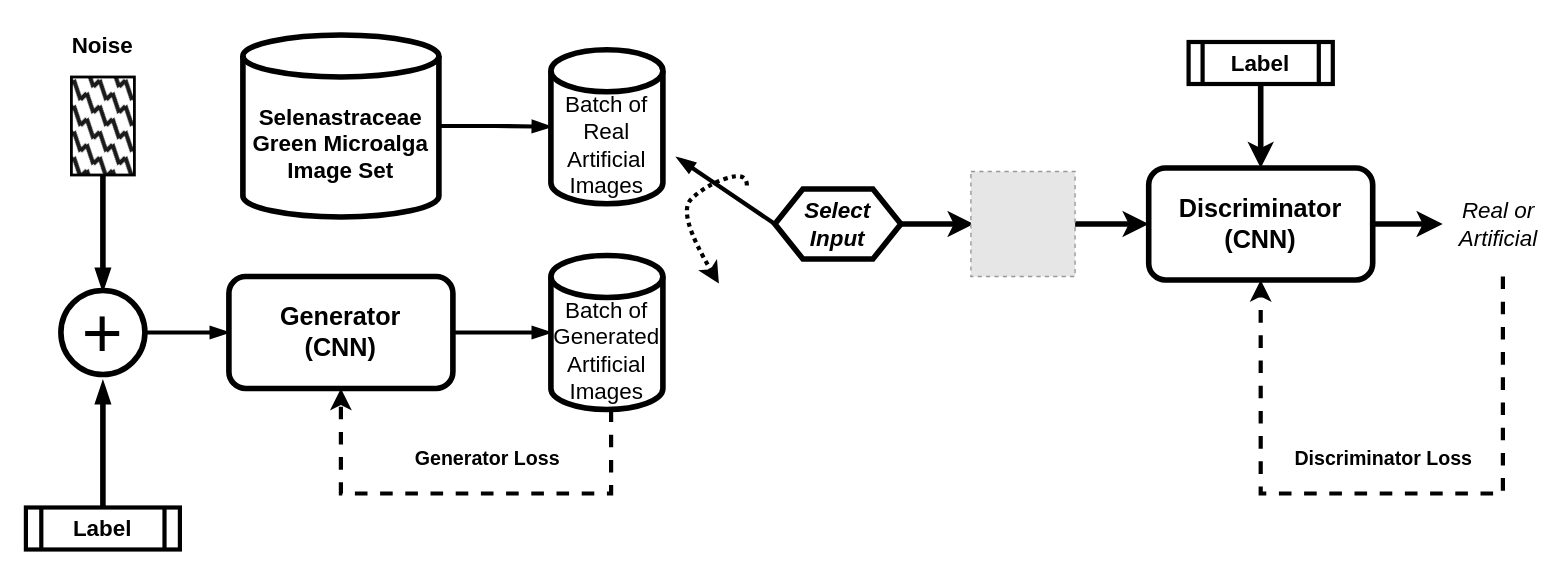
Earlier version of the draw.io diagram cgan.drawio (viniciusrpb/drawio_flowcharts). Source tidied: cells renumbered, new cells numbered last; positions are measured from the earlier drawing's top-left corner, leaving out a move shared by most shapes. Both pictures are drawn from the tidied source at 140%, with x=0, y=0 at pixel (25, 24). Pictures stored in the file or linked from it are replaced by grey dashed boxes.
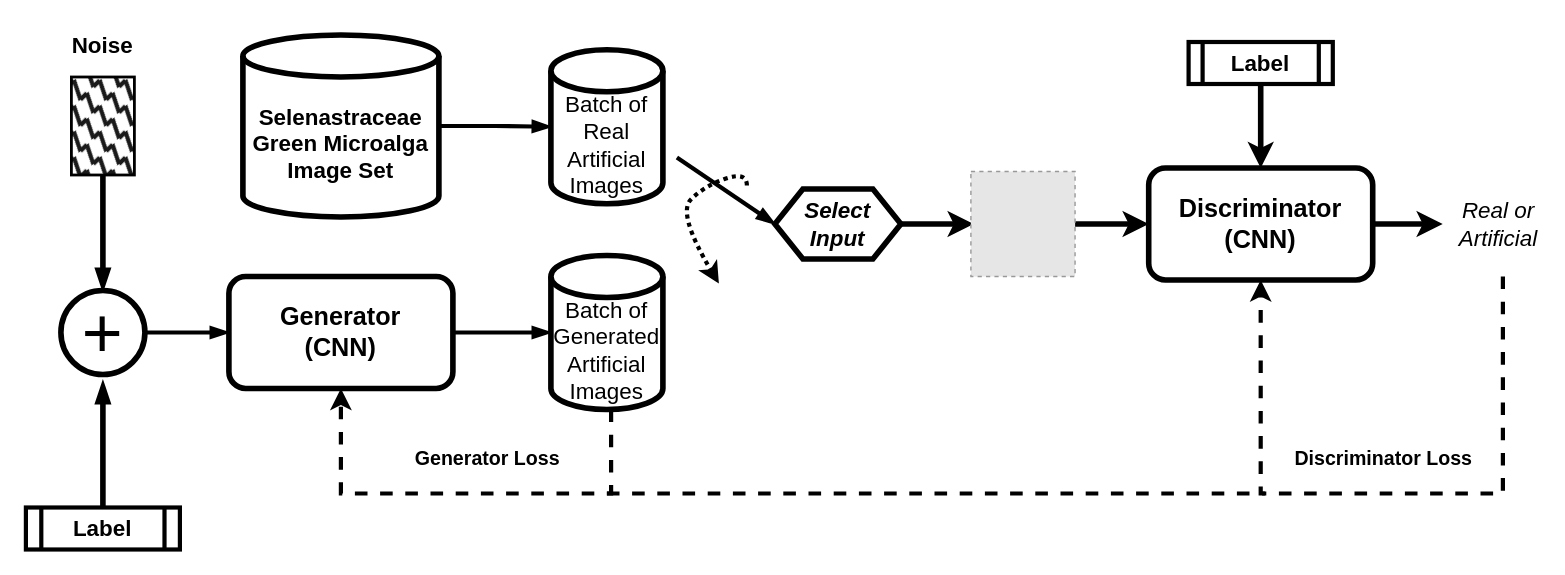
The same page after the edit.

Unchanged cells that the change refers to:
```xml
<mxCell id="16" value="Select&lt;br style=&quot;font-size: 16px;&quot;&gt;Input" style="shape=hexagon;perimeter=hexagonPerimeter2;whiteSpace=wrap;html=1;fixedSize=1;strokeWidth=4;fontSize=16;fontStyle=3;" parent="1" vertex="1">
  <mxGeometry x="535" y="117.5" width="90" height="50" as="geometry" />
</mxCell>
```

Diff of the diagram source:
```diff
@@
-    <mxCell id="24" style="endArrow=blockThin;html=1;rounded=0;exitX=0;exitY=0.5;exitDx=0;exitDy=0;endFill=1;strokeWidth=3;" parent="1" edge="1" source="16">
+    <mxCell id="24" style="endArrow=blockThin;html=1;rounded=0;exitX=0;exitY=0.5;exitDx=0;exitDy=0;endFill=1;strokeWidth=3;entryX=0;entryY=0.5;entryDx=0;entryDy=0;" parent="1" edge="1" target="16">
       <mxGeometry relative="1" as="geometry">
-        <mxPoint x="465" y="95" as="targetPoint" />
+        <mxPoint x="465" y="95" as="sourcePoint" />
       </mxGeometry>
     </mxCell>
@@
+    <mxCell id="30" style="endArrow=none;html=1;rounded=0;dashed=1;strokeWidth=3;" parent="1" edge="1">
+      <mxGeometry relative="1" as="geometry">
+        <mxPoint x="415" y="335" as="sourcePoint" />
+        <mxPoint x="885" y="335" as="targetPoint" />
+      </mxGeometry>
+    </mxCell>
```
